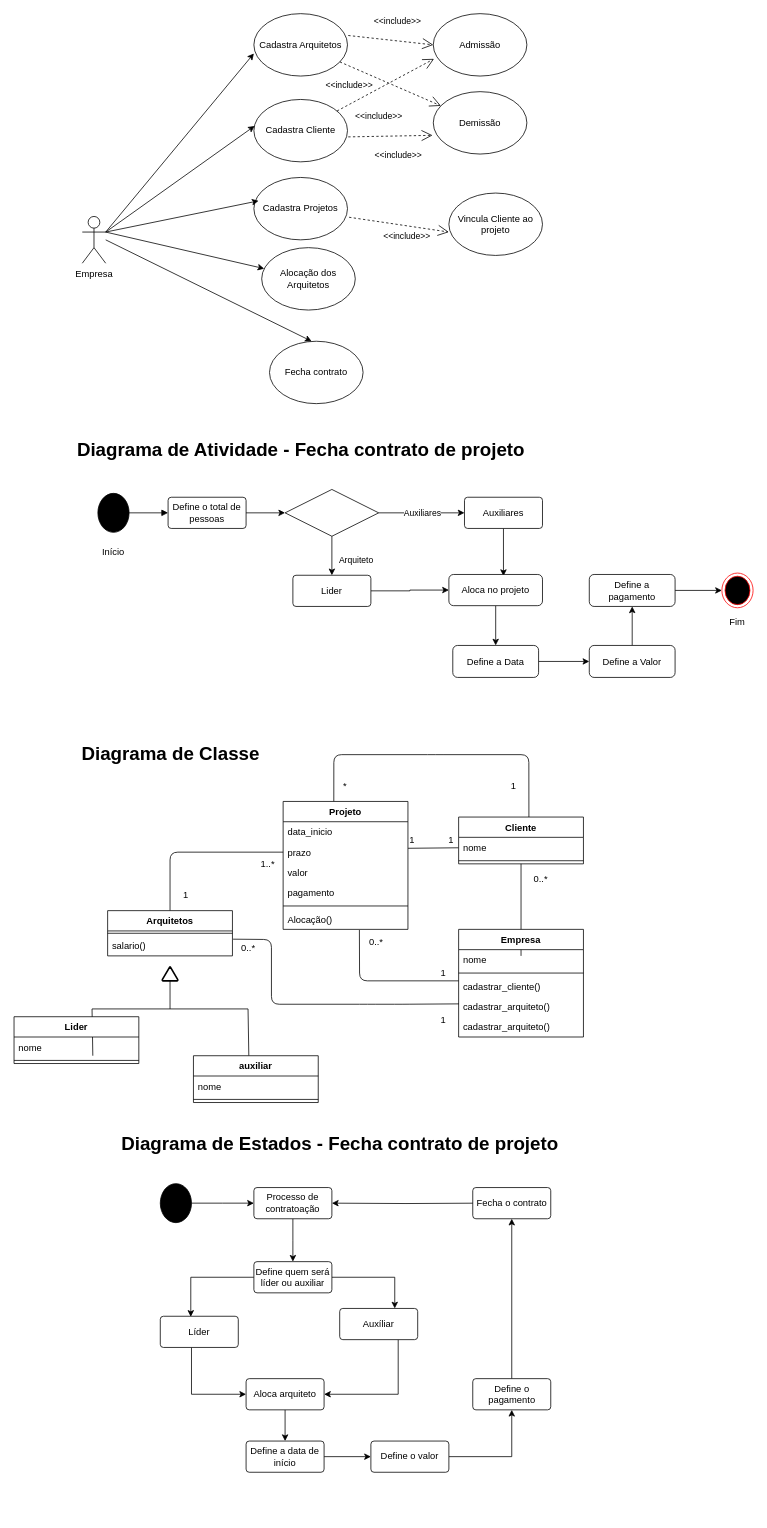
The draw.io diagram Untitled Diagram.drawio in EdneiFNeto/UML, before the edit. Source tidied: cells renumbered, new cells numbered last; positions are measured from the earlier drawing's top-left corner, leaving out a move shared by most shapes. Both pictures are drawn from the tidied source at 78%, with x=0, y=0 at pixel (13, 13).
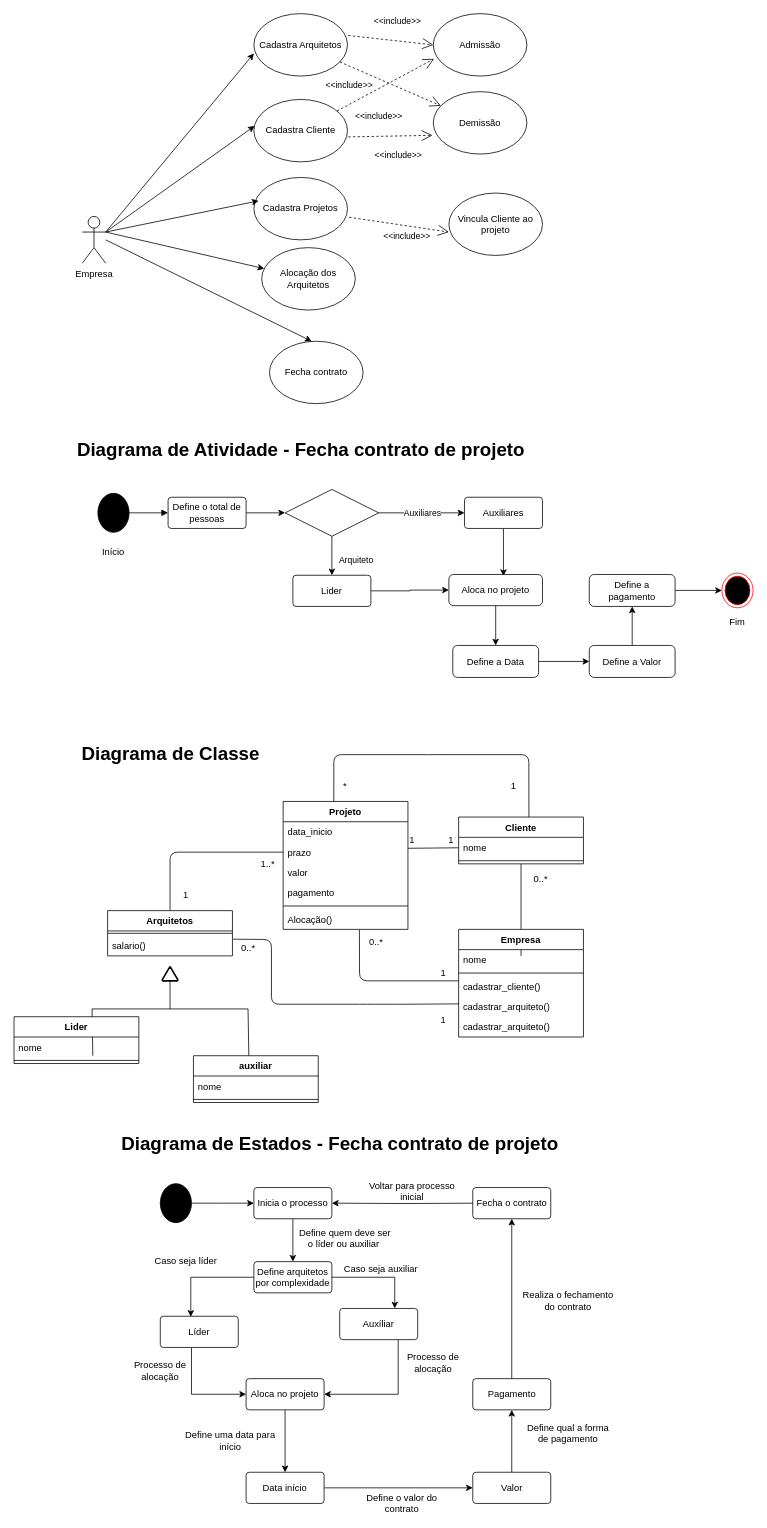
The same page after the edit.

Commit message:
finaliza diagrama de estado

What changed in the source:
```diff
@@
-    <mxCell id="71" value="Processo de contratoação" style="rounded=1;arcSize=10;whiteSpace=wrap;html=1;align=center;" parent="1" vertex="1">
+    <mxCell id="71" value="Inicia o processo" style="rounded=1;arcSize=10;whiteSpace=wrap;html=1;align=center;" parent="1" vertex="1">
       <mxGeometry x="308" y="1505" width="100" height="40" as="geometry" />
     </mxCell>
@@
-    <mxCell id="90" value="Define quem será líder ou auxiliar" style="rounded=1;arcSize=10;whiteSpace=wrap;html=1;align=center;" parent="1" vertex="1">
+    <mxCell id="90" value="Define arquitetos por complexidade" style="rounded=1;arcSize=10;whiteSpace=wrap;html=1;align=center;" parent="1" vertex="1">
       <mxGeometry x="308" y="1600" width="100" height="40" as="geometry" />
     </mxCell>
@@
-    <mxCell id="99" value="Aloca arquiteto" style="rounded=1;arcSize=10;whiteSpace=wrap;html=1;align=center;" parent="1" vertex="1">
+    <mxCell id="99" value="Aloca no projeto" style="rounded=1;arcSize=10;whiteSpace=wrap;html=1;align=center;" parent="1" vertex="1">
       <mxGeometry x="298" y="1750" width="100" height="40" as="geometry" />
     </mxCell>
@@
-    <mxCell id="107" value="Define a data de início" style="rounded=1;arcSize=10;whiteSpace=wrap;html=1;align=center;" parent="1" vertex="1">
-      <mxGeometry x="298" y="1830" width="100" height="40" as="geometry" />
+    <mxCell id="107" value="Data início" style="rounded=1;arcSize=10;whiteSpace=wrap;html=1;align=center;" parent="1" vertex="1">
+      <mxGeometry x="298" y="1870" width="100" height="40" as="geometry" />
     </mxCell>
@@
-    <mxCell id="109" value="Define o valor" style="rounded=1;arcSize=10;whiteSpace=wrap;html=1;align=center;" parent="1" vertex="1">
-      <mxGeometry x="458" y="1830" width="100" height="40" as="geometry" />
+    <mxCell id="109" value="Valor" style="rounded=1;arcSize=10;whiteSpace=wrap;html=1;align=center;" parent="1" vertex="1">
+      <mxGeometry x="588.6" y="1870" width="100" height="40" as="geometry" />
     </mxCell>
@@
-    <mxCell id="111" value="Define o pagamento" style="rounded=1;arcSize=10;whiteSpace=wrap;html=1;align=center;" parent="1" vertex="1">
+    <mxCell id="111" value="Pagamento" style="rounded=1;arcSize=10;whiteSpace=wrap;html=1;align=center;" parent="1" vertex="1">
       <mxGeometry x="588.6" y="1750" width="100" height="40" as="geometry" />
     </mxCell>
@@
+    <mxCell id="117" value="Define quem deve ser o líder ou auxiliar&amp;nbsp;" style="text;html=1;strokeColor=none;fillColor=none;align=center;verticalAlign=middle;whiteSpace=wrap;rounded=0;" parent="1" vertex="1">
+      <mxGeometry x="364.5" y="1560" width="120" height="20" as="geometry" />
+    </mxCell>
+    <mxCell id="118" value="Caso seja líder" style="text;html=1;strokeColor=none;fillColor=none;align=center;verticalAlign=middle;whiteSpace=wrap;rounded=0;" parent="1" vertex="1">
+      <mxGeometry x="160.5" y="1590" width="120" height="20" as="geometry" />
+    </mxCell>
+    <mxCell id="119" value="Caso seja auxiliar" style="text;html=1;strokeColor=none;fillColor=none;align=center;verticalAlign=middle;whiteSpace=wrap;rounded=0;" parent="1" vertex="1">
+      <mxGeometry x="410.5" y="1600" width="120" height="20" as="geometry" />
+    </mxCell>
+    <mxCell id="120" value="Processo de alocação" style="text;html=1;strokeColor=none;fillColor=none;align=center;verticalAlign=middle;whiteSpace=wrap;rounded=0;" parent="1" vertex="1">
+      <mxGeometry x="128" y="1730" width="120" height="20" as="geometry" />
+    </mxCell>
+    <mxCell id="121" value="Processo de alocação" style="text;html=1;strokeColor=none;fillColor=none;align=center;verticalAlign=middle;whiteSpace=wrap;rounded=0;" parent="1" vertex="1">
+      <mxGeometry x="478" y="1720" width="120" height="20" as="geometry" />
+    </mxCell>
+    <mxCell id="122" value="Define uma data para início" style="text;html=1;strokeColor=none;fillColor=none;align=center;verticalAlign=middle;whiteSpace=wrap;rounded=0;" parent="1" vertex="1">
+      <mxGeometry x="218" y="1820" width="120" height="20" as="geometry" />
+    </mxCell>
+    <mxCell id="123" value="Define o valor do contrato" style="text;html=1;strokeColor=none;fillColor=none;align=center;verticalAlign=middle;whiteSpace=wrap;rounded=0;" parent="1" vertex="1">
+      <mxGeometry x="438" y="1900" width="120" height="20" as="geometry" />
+    </mxCell>
+    <mxCell id="124" value="Define qual a forma de pagamento" style="text;html=1;strokeColor=none;fillColor=none;align=center;verticalAlign=middle;whiteSpace=wrap;rounded=0;" parent="1" vertex="1">
+      <mxGeometry x="650.5" y="1810" width="120" height="20" as="geometry" />
+    </mxCell>
+    <mxCell id="125" value="Realiza o fechamento do contrato" style="text;html=1;strokeColor=none;fillColor=none;align=center;verticalAlign=middle;whiteSpace=wrap;rounded=0;" parent="1" vertex="1">
+      <mxGeometry x="650.5" y="1640" width="120" height="20" as="geometry" />
+    </mxCell>
+    <mxCell id="126" value="Voltar para processo inicial" style="text;html=1;strokeColor=none;fillColor=none;align=center;verticalAlign=middle;whiteSpace=wrap;rounded=0;" parent="1" vertex="1">
+      <mxGeometry x="450.5" y="1500" width="120" height="20" as="geometry" />
+    </mxCell>
```
